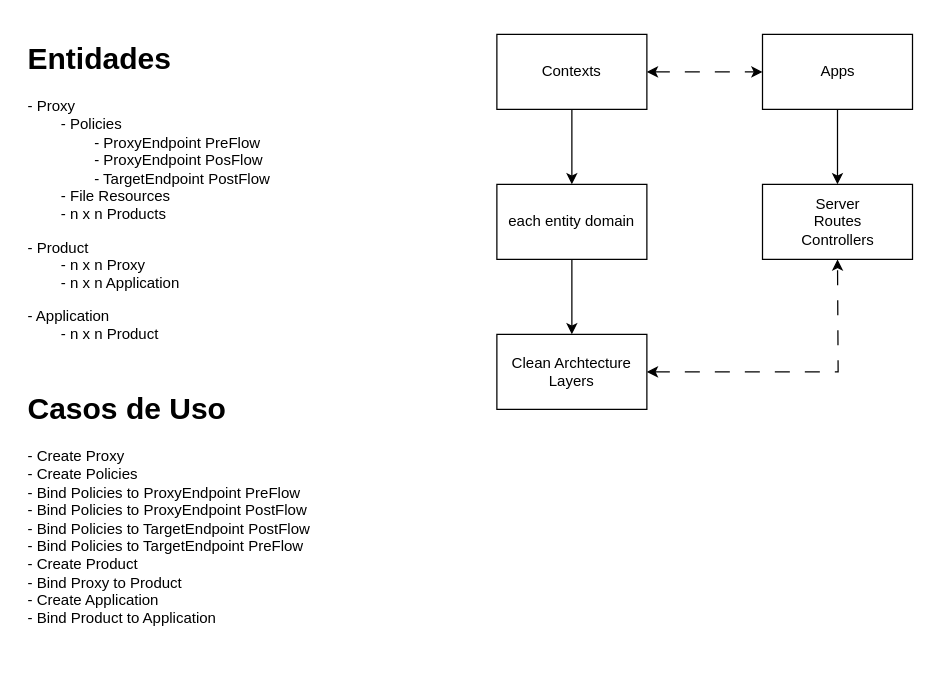
gabriel-rodrigues-f/sap-api-management-architectural-diagrams keeps this draw.io diagram as page "Backend" (1 of 6) of bunge.drawio. Above is the earlier version. Source tidied: cells renumbered, new cells numbered last; positions are measured from the earlier drawing's top-left corner, leaving out a move shared by most shapes. Both pictures are drawn from the tidied source at 125%, with x=0, y=0 at pixel (21, 34).
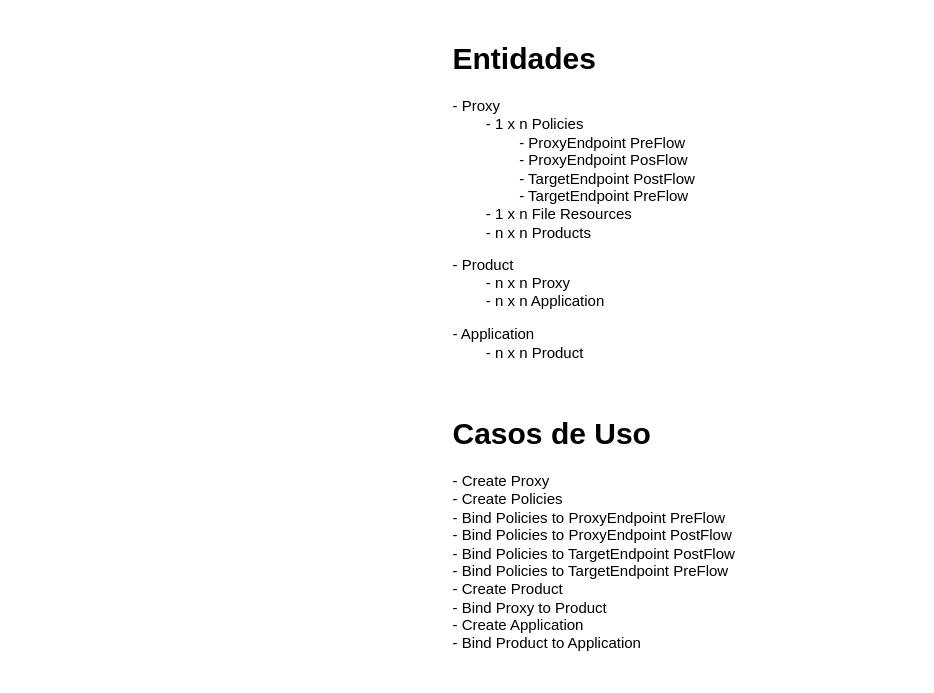
Above is the later version.

The edit, as a diff of the source:
```diff
@@
 <mxGraphModel>
   <root>
     <mxCell id="0" />
     <mxCell id="1" parent="0" />
-    <mxCell id="2" style="edgeStyle=orthogonalEdgeStyle;rounded=0;jettySize=auto;html=1;" parent="1" edge="1" source="3">
-      <mxGeometry relative="1" as="geometry">
-        <mxPoint x="440" y="120" as="targetPoint" />
-      </mxGeometry>
-    </mxCell>
-    <mxCell id="3" value="Contexts" style="rounded=0;whiteSpace=wrap;html=1;" parent="1" vertex="1">
-      <mxGeometry x="380" width="120" height="60" as="geometry" />
-    </mxCell>
-    <mxCell id="4" style="edgeStyle=orthogonalEdgeStyle;rounded=0;jettySize=auto;html=1;" parent="1" edge="1" source="5" target="9">
-      <mxGeometry relative="1" as="geometry" />
-    </mxCell>
-    <mxCell id="5" value="Apps" style="rounded=0;whiteSpace=wrap;html=1;" parent="1" vertex="1">
-      <mxGeometry x="592.5" width="120" height="60" as="geometry" />
-    </mxCell>
-    <mxCell id="6" style="edgeStyle=orthogonalEdgeStyle;rounded=0;jettySize=auto;html=1;" parent="1" edge="1" source="7" target="8">
-      <mxGeometry relative="1" as="geometry" />
-    </mxCell>
-    <mxCell id="7" value="each entity domain" style="rounded=0;whiteSpace=wrap;html=1;" parent="1" vertex="1">
-      <mxGeometry x="380" y="120" width="120" height="60" as="geometry" />
-    </mxCell>
-    <mxCell id="8" value="Clean Archtecture Layers" style="rounded=0;whiteSpace=wrap;html=1;" parent="1" vertex="1">
-      <mxGeometry x="380" y="240" width="120" height="60" as="geometry" />
-    </mxCell>
-    <mxCell id="9" value="Server&lt;br&gt;Routes&lt;br&gt;Controllers" style="rounded=0;whiteSpace=wrap;html=1;" parent="1" vertex="1">
-      <mxGeometry x="592.5" y="120" width="120" height="60" as="geometry" />
-    </mxCell>
-    <mxCell id="10" style="endArrow=classic;startArrow=classic;html=1;rounded=0;dashed=1;dashPattern=12 12;" parent="1" edge="1" source="3" target="5">
-      <mxGeometry relative="1" as="geometry" />
-    </mxCell>
-    <mxCell id="11" style="endArrow=classic;startArrow=classic;html=1;rounded=0;entryX=0.5;entryY=1;entryDx=0;entryDy=0;dashed=1;dashPattern=12 12;" parent="1" edge="1" target="9">
-      <mxGeometry relative="1" as="geometry">
-        <mxPoint x="500" y="270" as="sourcePoint" />
-        <Array as="points">
-          <mxPoint x="653" y="270" />
-        </Array>
-      </mxGeometry>
-    </mxCell>
-    <mxCell id="12" value="&lt;h1&gt;Entidades&lt;/h1&gt;&lt;p&gt;- Proxy&lt;br&gt;&lt;span style=&quot;background-color: initial;&quot;&gt;&lt;span style=&quot;white-space: pre;&quot;&gt;&#9;&lt;/span&gt;- Policies&lt;br&gt;&lt;/span&gt;&lt;span style=&quot;background-color: initial;&quot;&gt;&lt;span style=&quot;white-space: pre;&quot;&gt;&#9;&lt;/span&gt;&lt;span style=&quot;white-space: pre;&quot;&gt;&#9;&lt;/span&gt;- ProxyEndpoint PreFlow&lt;br&gt;&lt;/span&gt;&lt;span style=&quot;background-color: initial;&quot;&gt;&lt;span style=&quot;white-space: pre;&quot;&gt;&#9;&lt;/span&gt;&lt;span style=&quot;white-space: pre;&quot;&gt;&#9;&lt;/span&gt;- ProxyEndpoint PosFlow&lt;br&gt;&lt;/span&gt;&lt;span style=&quot;background-color: initial;&quot;&gt;&lt;span style=&quot;white-space: pre;&quot;&gt;&#9;&lt;/span&gt;&lt;span style=&quot;white-space: pre;&quot;&gt;&#9;&lt;/span&gt;- TargetEndpoint PostFlow&lt;br&gt;&lt;/span&gt;&lt;span style=&quot;background-color: initial;&quot;&gt;&lt;span style=&quot;white-space: pre;&quot;&gt;&#9;&lt;/span&gt;- File Resources&lt;br&gt;&lt;span style=&quot;white-space: pre;&quot;&gt;&#9;&lt;/span&gt;- n x n Products&lt;br&gt;&lt;/span&gt;&lt;/p&gt;&lt;p&gt;&lt;/p&gt;&lt;p&gt;&lt;span style=&quot;background-color: initial;&quot;&gt;- Product&lt;br&gt;&lt;span style=&quot;white-space: pre;&quot;&gt;&#9;&lt;/span&gt;- n x n Proxy&lt;br&gt;&lt;span style=&quot;white-space: pre;&quot;&gt;&#9;&lt;/span&gt;- n x n Application&lt;br&gt;&lt;/span&gt;&lt;/p&gt;&lt;p&gt;&lt;span style=&quot;background-color: initial;&quot;&gt;- Application&lt;br&gt;&lt;span style=&quot;white-space: pre;&quot;&gt;&#9;&lt;/span&gt;- n x n Product&lt;br&gt;&lt;/span&gt;&lt;/p&gt;" style="text;html=1;strokeColor=none;fillColor=none;spacing=5;spacingTop=-20;whiteSpace=wrap;overflow=hidden;rounded=0;" parent="1" vertex="1">
-      <mxGeometry width="320" height="250" as="geometry" />
+    <mxCell id="12" value="&lt;h1&gt;Entidades&lt;/h1&gt;&lt;p&gt;- Proxy&lt;br&gt;&lt;span style=&quot;background-color: initial;&quot;&gt;&lt;span style=&quot;white-space: pre;&quot;&gt;&#9;&lt;/span&gt;- 1 x n Policies&lt;br&gt;&lt;/span&gt;&lt;span style=&quot;background-color: initial;&quot;&gt;&lt;span style=&quot;white-space: pre;&quot;&gt;&#9;&lt;/span&gt;&lt;span style=&quot;white-space: pre;&quot;&gt;&#9;&lt;/span&gt;- ProxyEndpoint PreFlow&lt;br&gt;&lt;/span&gt;&lt;span style=&quot;background-color: initial;&quot;&gt;&lt;span style=&quot;white-space: pre;&quot;&gt;&#9;&lt;/span&gt;&lt;span style=&quot;white-space: pre;&quot;&gt;&#9;&lt;/span&gt;- ProxyEndpoint PosFlow&lt;br&gt;&lt;/span&gt;&lt;span style=&quot;background-color: initial;&quot;&gt;&lt;span style=&quot;white-space: pre;&quot;&gt;&#9;&lt;/span&gt;&lt;span style=&quot;white-space: pre;&quot;&gt;&#9;&lt;/span&gt;- TargetEndpoint PostFlow&lt;br&gt;&lt;span style=&quot;white-space: pre;&quot;&gt;&#9;&lt;/span&gt;&lt;span style=&quot;white-space: pre;&quot;&gt;&#9;&lt;/span&gt;- TargetEndpoint PreFlow&lt;br&gt;&lt;/span&gt;&lt;span style=&quot;background-color: initial;&quot;&gt;&lt;span style=&quot;white-space: pre;&quot;&gt;&#9;&lt;/span&gt;- 1 x n File Resources&lt;br&gt;&lt;span style=&quot;white-space: pre;&quot;&gt;&#9;&lt;/span&gt;- n x n Products&lt;br&gt;&lt;/span&gt;&lt;/p&gt;&lt;p&gt;&lt;/p&gt;&lt;p&gt;&lt;span style=&quot;background-color: initial;&quot;&gt;- Product&lt;br&gt;&lt;span style=&quot;white-space: pre;&quot;&gt;&#9;&lt;/span&gt;- n x n Proxy&lt;br&gt;&lt;span style=&quot;white-space: pre;&quot;&gt;&#9;&lt;/span&gt;- n x n Application&lt;br&gt;&lt;/span&gt;&lt;/p&gt;&lt;p&gt;&lt;span style=&quot;background-color: initial;&quot;&gt;- Application&lt;br&gt;&lt;span style=&quot;white-space: pre;&quot;&gt;&#9;&lt;/span&gt;- n x n Product&lt;br&gt;&lt;/span&gt;&lt;/p&gt;" style="text;html=1;strokeColor=none;fillColor=none;spacing=5;spacingTop=-20;whiteSpace=wrap;overflow=hidden;rounded=0;" parent="1" vertex="1">
+      <mxGeometry x="340" width="320" height="270" as="geometry" />
     </mxCell>
     <mxCell id="13" value="&lt;h1&gt;Casos de Uso&lt;/h1&gt;&lt;p&gt;- Create Proxy&lt;br&gt;- Create Policies&lt;br&gt;- Bind Policies to ProxyEndpoint PreFlow&lt;br&gt;- Bind Policies to ProxyEndpoint PostFlow&lt;br&gt;- Bind Policies to TargetEndpoint PostFlow&lt;br&gt;- Bind Policies to TargetEndpoint PreFlow&lt;br&gt;- Create Product&lt;br&gt;- Bind Proxy to Product&lt;br&gt;- Create Application&lt;br&gt;- Bind Product to Application&lt;br&gt;&lt;/p&gt;" style="text;html=1;strokeColor=none;fillColor=none;spacing=5;spacingTop=-20;whiteSpace=wrap;overflow=hidden;rounded=0;" parent="1" vertex="1">
-      <mxGeometry y="280" width="320" height="210" as="geometry" />
+      <mxGeometry x="340" y="300" width="320" height="210" as="geometry" />
     </mxCell>
   </root>
 </mxGraphModel>
```
